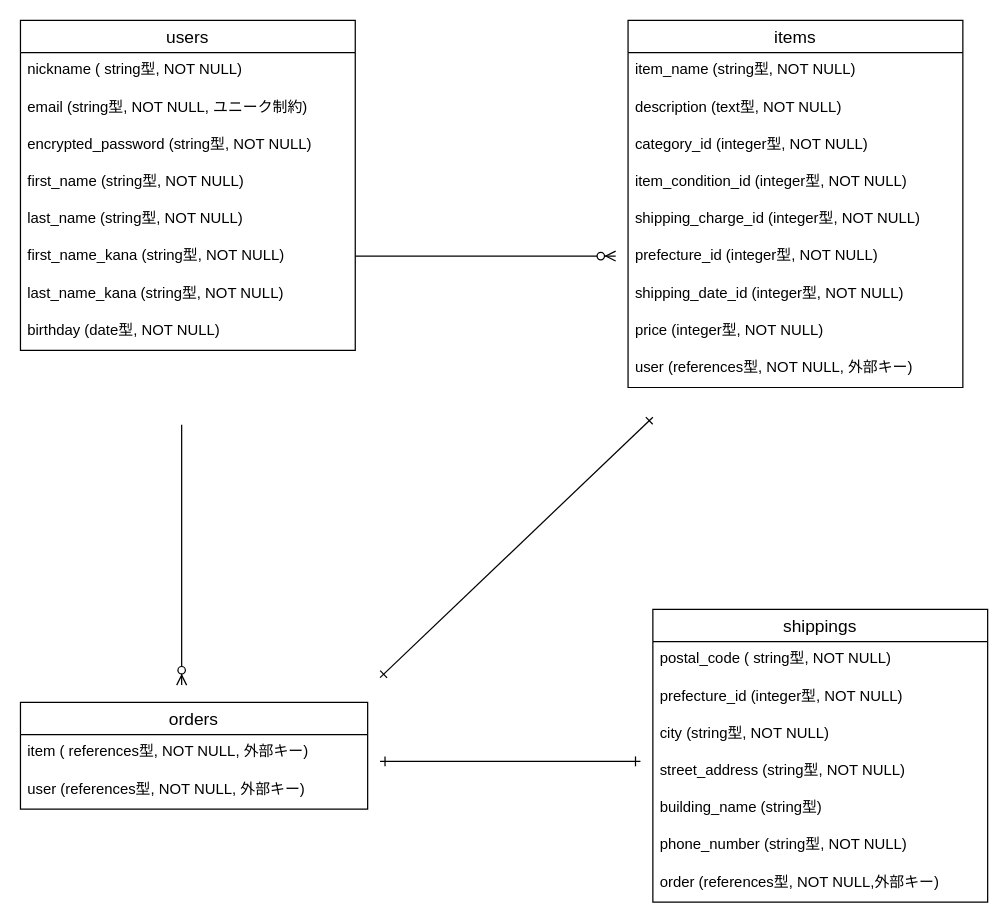
This is test.dio from KDItsu/furima-40546, a draw.io file, before an edit. Source tidied: cells renumbered, new cells numbered last; positions are measured from the earlier drawing's top-left corner, leaving out a move shared by most shapes. Both pictures are drawn from the tidied source at 124%, with x=0, y=0 at pixel (20, 20).
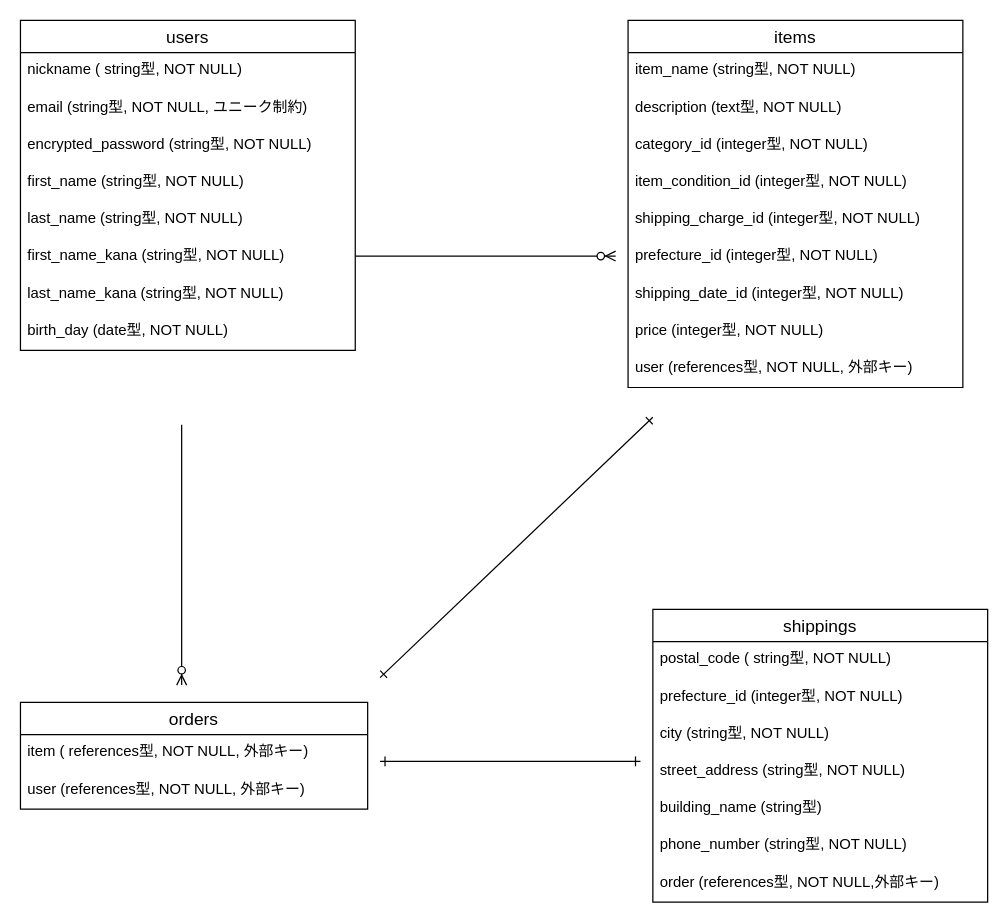
The same diagram, later.

Unchanged cells that the change refers to:
```xml
<mxCell id="2" value="users" style="swimlane;fontStyle=0;horizontal=1;startSize=26;align=center;fontSize=14;" parent="1" vertex="1">
  <mxGeometry width="270" height="266" as="geometry" />
</mxCell>
```

Change to the diagram source:
```diff
@@
-    <mxCell id="10" value="birthday (date型, NOT NULL)" style="text;strokeColor=none;fillColor=none;spacingLeft=4;spacingRight=4;overflow=hidden;fontSize=12;" parent="2" vertex="1">
+    <mxCell id="10" value="birth_day (date型, NOT NULL)" style="text;strokeColor=none;fillColor=none;spacingLeft=4;spacingRight=4;overflow=hidden;fontSize=12;" parent="2" vertex="1">
       <mxGeometry y="236" width="270" height="30" as="geometry" />
     </mxCell>
```
